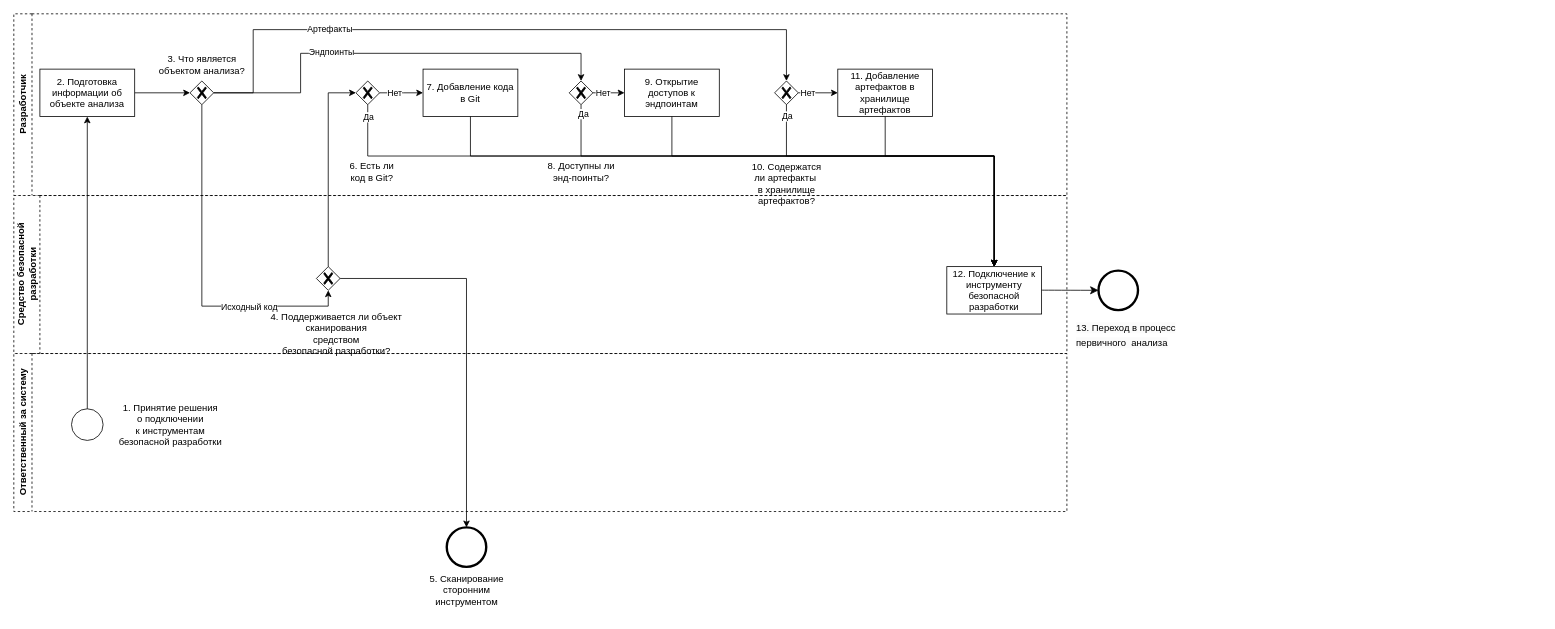
Earlier version of the draw.io diagram page "Подключение" (1 of 4) of Alfa.drawio (GoluzinaD/Python). Source tidied: cells renumbered, new cells numbered last; positions are measured from the earlier drawing's top-left corner, leaving out a move shared by most shapes. Both pictures are drawn from the tidied source at 79%, with x=0, y=0 at pixel (13, 13).
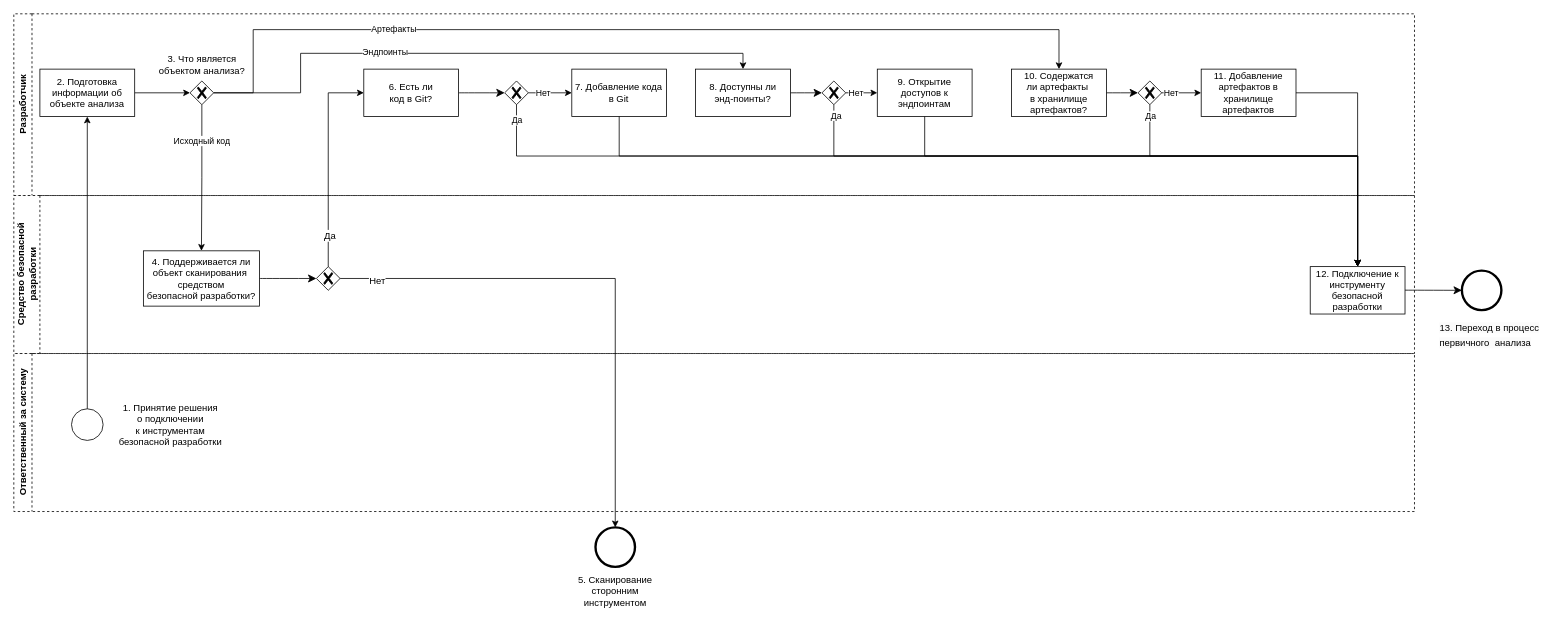
Above is the later version.

The change refers to these unchanged cells:
```xml
<mxCell id="9" style="points=[[0.25,0.25,0],[0.5,0,0],[0.75,0.25,0],[1,0.5,0],[0.75,0.75,0],[0.5,1,0],[0.25,0.75,0],[0,0.5,0]];shape=mxgraph.bpmn.gateway2;html=1;verticalLabelPosition=bottom;labelBackgroundColor=#ffffff;verticalAlign=top;align=center;perimeter=rhombusPerimeter;outlineConnect=0;outline=none;symbol=none;gwType=exclusive;" parent="3" vertex="1">
  <mxGeometry x="223" y="85" width="30" height="30" as="geometry" />
</mxCell>
<mxCell id="28" style="points=[[0.25,0.25,0],[0.5,0,0],[0.75,0.25,0],[1,0.5,0],[0.75,0.75,0],[0.5,1,0],[0.25,0.75,0],[0,0.5,0]];shape=mxgraph.bpmn.gateway2;html=1;verticalLabelPosition=bottom;labelBackgroundColor=#ffffff;verticalAlign=top;align=center;perimeter=rhombusPerimeter;outlineConnect=0;outline=none;symbol=none;gwType=exclusive;" parent="27" vertex="1">
  <mxGeometry x="383" y="90" width="30" height="30" as="geometry" />
</mxCell>
<mxCell id="34" style="edgeStyle=orthogonalEdgeStyle;rounded=0;jettySize=auto;html=1;" parent="1" edge="1" source="28" target="51">
  <mxGeometry relative="1" as="geometry" />
</mxCell>
```

Diff of the diagram source:
```diff
@@
     <mxCell id="2" value="5. Сканирование &lt;br&gt;сторонним &lt;br&gt;инструментом" style="text;html=1;align=center;verticalAlign=middle;strokeColor=none;fillColor=none;" parent="1" vertex="1">
-      <mxGeometry x="513" y="700" width="120" height="60" as="geometry" />
+      <mxGeometry x="701.3" y="701" width="120" height="60" as="geometry" />
     </mxCell>
     <mxCell id="3" value="Разработчик" style="swimlane;horizontal=0;whiteSpace=wrap;html=1;dashed=1;" parent="1" vertex="1">
-      <mxGeometry width="1333" height="230" as="geometry" />
+      <mxGeometry width="1773" height="230" as="geometry" />
     </mxCell>
-    <mxCell id="4" value="6. Есть ли &lt;br&gt;код в Git?" style="text;html=1;align=center;verticalAlign=middle;points=[];strokeColor=none;fillColor=none;" parent="3" vertex="1">
-      <mxGeometry x="413" y="180" width="80" height="40" as="geometry" />
-    </mxCell>
-    <mxCell id="5" style="edgeStyle=orthogonalEdgeStyle;rounded=0;jettySize=auto;html=1;entryX=0.5;entryY=0;entryDx=0;entryDy=0;entryPerimeter=0;" parent="3" edge="1" source="9" target="16">
+    <mxCell id="5" style="edgeStyle=orthogonalEdgeStyle;rounded=0;jettySize=auto;html=1;" parent="3" edge="1" source="9">
       <mxGeometry relative="1" as="geometry">
+        <mxPoint x="923" y="70" as="targetPoint" />
         <Array as="points">
           <mxPoint x="363" y="100" />
           <mxPoint x="363" y="50" />
-          <mxPoint x="718" y="50" />
+          <mxPoint x="923" y="50" />
         </Array>
       </mxGeometry>
     </mxCell>
@@
-    <mxCell id="7" style="edgeStyle=orthogonalEdgeStyle;rounded=0;jettySize=auto;html=1;entryX=0.5;entryY=0;entryDx=0;entryDy=0;entryPerimeter=0;" parent="3" edge="1" source="9" target="19">
+    <mxCell id="7" style="edgeStyle=orthogonalEdgeStyle;rounded=0;jettySize=auto;html=1;entryX=0.5;entryY=0;entryDx=0;entryDy=0;" parent="3" edge="1" source="9" target="26">
       <mxGeometry relative="1" as="geometry">
         <Array as="points">
           <mxPoint x="303" y="100" />
           <mxPoint x="303" y="20" />
-          <mxPoint x="978" y="20" />
+          <mxPoint x="1323" y="20" />
         </Array>
       </mxGeometry>
     </mxCell>
@@
     <mxCell id="11" style="edgeStyle=orthogonalEdgeStyle;rounded=0;jettySize=auto;html=1;entryX=0;entryY=0.5;entryDx=0;entryDy=0;" parent="3" edge="1" source="13" target="20">
       <mxGeometry relative="1" as="geometry">
         <Array as="points">
-          <mxPoint x="493" y="100" />
-          <mxPoint x="493" y="100" />
+          <mxPoint x="681.3" y="100" />
+          <mxPoint x="681.3" y="100" />
         </Array>
       </mxGeometry>
     </mxCell>
@@
     <mxCell id="13" style="points=[[0.25,0.25,0],[0.5,0,0],[0.75,0.25,0],[1,0.5,0],[0.75,0.75,0],[0.5,1,0],[0.25,0.75,0],[0,0.5,0]];shape=mxgraph.bpmn.gateway2;html=1;verticalLabelPosition=bottom;labelBackgroundColor=#ffffff;verticalAlign=top;align=center;perimeter=rhombusPerimeter;outlineConnect=0;outline=none;symbol=none;gwType=exclusive;" parent="3" vertex="1">
-      <mxGeometry x="433" y="85" width="30" height="30" as="geometry" />
+      <mxGeometry x="621.3" y="85" width="30" height="30" as="geometry" />
     </mxCell>
     <mxCell id="14" style="edgeStyle=orthogonalEdgeStyle;rounded=0;jettySize=auto;html=1;entryX=0;entryY=0.5;entryDx=0;entryDy=0;" parent="3" edge="1" source="16" target="21">
       <mxGeometry relative="1" as="geometry">
         <Array as="points">
-          <mxPoint x="753" y="100" />
-          <mxPoint x="753" y="100" />
+          <mxPoint x="1073" y="100" />
+          <mxPoint x="1073" y="100" />
         </Array>
       </mxGeometry>
     </mxCell>
@@
     <mxCell id="16" style="points=[[0.25,0.25,0],[0.5,0,0],[0.75,0.25,0],[1,0.5,0],[0.75,0.75,0],[0.5,1,0],[0.25,0.75,0],[0,0.5,0]];shape=mxgraph.bpmn.gateway2;html=1;verticalLabelPosition=bottom;labelBackgroundColor=#ffffff;verticalAlign=top;align=center;perimeter=rhombusPerimeter;outlineConnect=0;outline=none;symbol=none;gwType=exclusive;" parent="3" vertex="1">
-      <mxGeometry x="703" y="85" width="30" height="30" as="geometry" />
+      <mxGeometry x="1023" y="85" width="30" height="30" as="geometry" />
     </mxCell>
     <mxCell id="17" style="edgeStyle=orthogonalEdgeStyle;rounded=0;jettySize=auto;html=1;entryX=0;entryY=0.5;entryDx=0;entryDy=0;" parent="3" edge="1" source="19" target="22">
       <mxGeometry relative="1" as="geometry">
         <Array as="points">
-          <mxPoint x="1013" y="100" />
-          <mxPoint x="1013" y="100" />
+          <mxPoint x="1473" y="100" />
+          <mxPoint x="1473" y="100" />
         </Array>
       </mxGeometry>
     </mxCell>
@@
     <mxCell id="19" style="points=[[0.25,0.25,0],[0.5,0,0],[0.75,0.25,0],[1,0.5,0],[0.75,0.75,0],[0.5,1,0],[0.25,0.75,0],[0,0.5,0]];shape=mxgraph.bpmn.gateway2;html=1;verticalLabelPosition=bottom;labelBackgroundColor=#ffffff;verticalAlign=top;align=center;perimeter=rhombusPerimeter;outlineConnect=0;outline=none;symbol=none;gwType=exclusive;" parent="3" vertex="1">
-      <mxGeometry x="963" y="85" width="30" height="30" as="geometry" />
+      <mxGeometry x="1423" y="85" width="30" height="30" as="geometry" />
     </mxCell>
     <mxCell id="20" value="7. Добавление кода в Git" style="rounded=0;whiteSpace=wrap;html=1;" parent="3" vertex="1">
-      <mxGeometry x="518" y="70" width="120" height="60" as="geometry" />
+      <mxGeometry x="706.3" y="70" width="120" height="60" as="geometry" />
     </mxCell>
     <mxCell id="21" value="9. Открытие доступов к эндпоинтам" style="rounded=0;whiteSpace=wrap;html=1;" parent="3" vertex="1">
-      <mxGeometry x="773" y="70" width="120" height="60" as="geometry" />
+      <mxGeometry x="1093" y="70" width="120" height="60" as="geometry" />
     </mxCell>
     <mxCell id="22" value="11. Добавление артефактов в хранилище артефактов" style="rounded=0;whiteSpace=wrap;html=1;" parent="3" vertex="1">
-      <mxGeometry x="1043" y="70" width="120" height="60" as="geometry" />
+      <mxGeometry x="1503" y="70" width="120" height="60" as="geometry" />
     </mxCell>
@@
+    <mxCell id="52" style="edgeStyle=none;curved=1;rounded=0;jettySize=auto;html=1;entryX=0;entryY=0.5;entryDx=0;entryDy=0;entryPerimeter=0;fontSize=12;startSize=8;endSize=8;" parent="3" edge="1" source="4" target="13">
+      <mxGeometry relative="1" as="geometry" />
+    </mxCell>
+    <mxCell id="4" value="6. Есть ли&lt;br style=&quot;border-color: var(--border-color);&quot;&gt;&lt;span style=&quot;&quot;&gt;код в Git?&lt;/span&gt;" style="rounded=0;whiteSpace=wrap;html=1;" parent="3" vertex="1">
+      <mxGeometry x="443" y="70" width="120" height="60" as="geometry" />
+    </mxCell>
+    <mxCell id="53" style="edgeStyle=none;curved=1;rounded=0;jettySize=auto;html=1;entryX=0;entryY=0.5;entryDx=0;entryDy=0;entryPerimeter=0;fontSize=12;startSize=8;endSize=8;" parent="3" edge="1" source="25" target="16">
+      <mxGeometry relative="1" as="geometry" />
+    </mxCell>
-    <mxCell id="25" value="8. Доступны ли &lt;br&gt;энд-поинты?" style="text;html=1;align=center;verticalAlign=middle;points=[];strokeColor=none;fillColor=none;" parent="3" vertex="1">
-      <mxGeometry x="663" y="180" width="110" height="40" as="geometry" />
+    <mxCell id="25" value="8. Доступны ли&lt;br style=&quot;border-color: var(--border-color);&quot;&gt;&lt;span style=&quot;&quot;&gt;энд-поинты?&lt;/span&gt;" style="rounded=0;whiteSpace=wrap;html=1;" parent="3" vertex="1">
+      <mxGeometry x="863" y="70" width="120" height="60" as="geometry" />
     </mxCell>
+    <mxCell id="54" style="edgeStyle=none;curved=1;rounded=0;jettySize=auto;html=1;entryX=0;entryY=0.5;entryDx=0;entryDy=0;entryPerimeter=0;fontSize=12;startSize=8;endSize=8;" parent="3" edge="1" source="26" target="19">
+      <mxGeometry relative="1" as="geometry" />
+    </mxCell>
-    <mxCell id="26" value="10. Содержатся &lt;br&gt;ли артефакты&amp;nbsp;&lt;br&gt;в хранилище &lt;br&gt;артефактов?" style="text;html=1;align=center;verticalAlign=middle;points=[];strokeColor=none;fillColor=none;" parent="3" vertex="1">
-      <mxGeometry x="923" y="180" width="110" height="70" as="geometry" />
+    <mxCell id="26" value="10. Содержатся&lt;br style=&quot;border-color: var(--border-color);&quot;&gt;&lt;span style=&quot;&quot;&gt;ли артефакты&amp;nbsp;&lt;/span&gt;&lt;br style=&quot;border-color: var(--border-color);&quot;&gt;&lt;span style=&quot;&quot;&gt;в хранилище&lt;/span&gt;&lt;br style=&quot;border-color: var(--border-color);&quot;&gt;&lt;span style=&quot;&quot;&gt;артефактов?&lt;/span&gt;" style="rounded=0;whiteSpace=wrap;html=1;" parent="3" vertex="1">
+      <mxGeometry x="1263" y="70" width="120" height="60" as="geometry" />
     </mxCell>
     <mxCell id="27" value="Средство безопасной разработки" style="swimlane;horizontal=0;whiteSpace=wrap;html=1;startSize=33;dashed=1;" parent="1" vertex="1">
-      <mxGeometry y="230" width="1333" height="200" as="geometry" />
+      <mxGeometry y="230" width="1773" height="200" as="geometry" />
     </mxCell>
@@
+    <mxCell id="30" value="12. Подключение к инструменту безопасной разработки" style="rounded=0;whiteSpace=wrap;html=1;" parent="27" vertex="1">
+      <mxGeometry x="1641" y="90" width="120" height="60" as="geometry" />
+    </mxCell>
+    <mxCell id="55" style="edgeStyle=none;curved=1;rounded=0;jettySize=auto;html=1;entryX=0;entryY=0.5;entryDx=0;entryDy=0;entryPerimeter=0;fontSize=12;startSize=8;endSize=8;" parent="27" edge="1" source="29" target="28">
+      <mxGeometry relative="1" as="geometry" />
+    </mxCell>
-    <mxCell id="29" value="4. Поддерживается ли объект&lt;br&gt;сканирования&lt;br&gt;средством &lt;br&gt;безопасной разработки?" style="text;html=1;align=center;verticalAlign=middle;points=[];strokeColor=none;fillColor=none;rotation=0;" parent="27" vertex="1">
-      <mxGeometry x="313" y="140" width="190" height="70" as="geometry" />
+    <mxCell id="29" value="4. Поддерживается ли объект&amp;nbsp;&lt;span style=&quot;&quot;&gt;сканирования&amp;nbsp;&lt;br&gt;&lt;/span&gt;&lt;span style=&quot;&quot;&gt;средством&lt;/span&gt;&lt;br style=&quot;border-color: var(--border-color);&quot;&gt;&lt;span style=&quot;&quot;&gt;безопасной разработки?&lt;/span&gt;" style="rounded=0;whiteSpace=wrap;html=1;" parent="27" vertex="1">
+      <mxGeometry x="164" y="70" width="147" height="70" as="geometry" />
     </mxCell>
-    <mxCell id="30" value="12. Подключение к инструменту безопасной разработки" style="rounded=0;whiteSpace=wrap;html=1;" parent="27" vertex="1">
-      <mxGeometry x="1181" y="90" width="120" height="60" as="geometry" />
-    </mxCell>
     <mxCell id="31" value="Ответственный за систему" style="swimlane;horizontal=0;whiteSpace=wrap;html=1;startSize=23;dashed=1;" parent="1" vertex="1">
-      <mxGeometry y="430" width="1333" height="200" as="geometry" />
+      <mxGeometry y="430" width="1773" height="200" as="geometry" />
     </mxCell>
@@
+    <mxCell id="56" value="&lt;font style=&quot;font-size: 12px;&quot;&gt;Нет&lt;/font&gt;" style="edgeLabel;html=1;align=center;verticalAlign=middle;fontSize=16;" parent="34" vertex="1">
+      <mxGeometry x="-0.86" y="-1" relative="1" as="geometry" />
+    </mxCell>
@@
-    <mxCell id="36" style="edgeStyle=orthogonalEdgeStyle;rounded=0;jettySize=auto;html=1;entryX=0;entryY=0.5;entryDx=0;entryDy=0;entryPerimeter=0;" parent="1" edge="1" source="28" target="13">
+    <mxCell id="36" style="edgeStyle=orthogonalEdgeStyle;rounded=0;jettySize=auto;html=1;entryX=0;entryY=0.5;entryDx=0;entryDy=0;" parent="1" edge="1" source="28" target="4">
       <mxGeometry relative="1" as="geometry">
         <Array as="points">
           <mxPoint x="398" y="100" />
         </Array>
       </mxGeometry>
     </mxCell>
+    <mxCell id="57" value="&lt;font style=&quot;font-size: 12px;&quot;&gt;Да&lt;/font&gt;" style="edgeLabel;html=1;align=center;verticalAlign=middle;fontSize=12;" parent="36" vertex="1">
+      <mxGeometry x="-0.7" y="-1" relative="1" as="geometry" />
+    </mxCell>
-    <mxCell id="37" style="edgeStyle=orthogonalEdgeStyle;rounded=0;jettySize=auto;html=1;entryX=0.5;entryY=1;entryDx=0;entryDy=0;entryPerimeter=0;exitX=0.5;exitY=1;exitDx=0;exitDy=0;exitPerimeter=0;" parent="1" edge="1" source="9" target="28">
+    <mxCell id="37" style="edgeStyle=orthogonalEdgeStyle;rounded=0;jettySize=auto;html=1;exitX=0.5;exitY=1;exitDx=0;exitDy=0;exitPerimeter=0;entryX=0.5;entryY=0;entryDx=0;entryDy=0;" parent="1" edge="1" source="9" target="29">
       <mxGeometry relative="1" as="geometry" />
     </mxCell>
     <mxCell id="38" value="Исходный код" style="edgeLabel;html=1;align=center;verticalAlign=middle;" parent="37" vertex="1">
       <mxGeometry x="0.41" y="3" relative="1" as="geometry">
-        <mxPoint x="7" y="3" as="offset" />
+        <mxPoint x="-3" y="-85" as="offset" />
       </mxGeometry>
     </mxCell>
     <mxCell id="39" style="edgeStyle=orthogonalEdgeStyle;rounded=0;jettySize=auto;html=1;entryX=0.5;entryY=0;entryDx=0;entryDy=0;" parent="1" edge="1" source="13" target="30">
       <mxGeometry relative="1" as="geometry">
         <Array as="points">
-          <mxPoint x="448" y="180" />
-          <mxPoint x="1241" y="180" />
+          <mxPoint x="636" y="180" />
+          <mxPoint x="1701" y="180" />
         </Array>
       </mxGeometry>
     </mxCell>
@@
     <mxCell id="41" style="edgeStyle=orthogonalEdgeStyle;rounded=0;jettySize=auto;html=1;" parent="1" edge="1" source="20" target="30">
       <mxGeometry relative="1" as="geometry">
         <Array as="points">
-          <mxPoint x="578" y="180" />
-          <mxPoint x="1241" y="180" />
+          <mxPoint x="766" y="180" />
+          <mxPoint x="1701" y="180" />
         </Array>
       </mxGeometry>
     </mxCell>
     <mxCell id="42" style="edgeStyle=orthogonalEdgeStyle;rounded=0;jettySize=auto;html=1;entryX=0.5;entryY=0;entryDx=0;entryDy=0;" parent="1" edge="1" source="16" target="30">
       <mxGeometry relative="1" as="geometry">
         <Array as="points">
-          <mxPoint x="718" y="180" />
-          <mxPoint x="1241" y="180" />
+          <mxPoint x="1038" y="180" />
+          <mxPoint x="1701" y="180" />
         </Array>
       </mxGeometry>
     </mxCell>
@@
     <mxCell id="44" style="edgeStyle=orthogonalEdgeStyle;rounded=0;jettySize=auto;html=1;entryX=0.5;entryY=0;entryDx=0;entryDy=0;" parent="1" edge="1" source="21" target="30">
       <mxGeometry relative="1" as="geometry">
         <Array as="points">
-          <mxPoint x="833" y="180" />
-          <mxPoint x="1241" y="180" />
+          <mxPoint x="1153" y="180" />
+          <mxPoint x="1701" y="180" />
         </Array>
       </mxGeometry>
     </mxCell>
     <mxCell id="45" style="edgeStyle=orthogonalEdgeStyle;rounded=0;jettySize=auto;html=1;entryX=0.5;entryY=0;entryDx=0;entryDy=0;" parent="1" edge="1" source="19" target="30">
       <mxGeometry relative="1" as="geometry">
         <Array as="points">
-          <mxPoint x="978" y="180" />
-          <mxPoint x="1241" y="180" />
+          <mxPoint x="1438" y="180" />
+          <mxPoint x="1701" y="180" />
         </Array>
       </mxGeometry>
     </mxCell>
@@
     <mxCell id="47" style="edgeStyle=orthogonalEdgeStyle;rounded=0;jettySize=auto;html=1;entryX=0.5;entryY=0;entryDx=0;entryDy=0;" parent="1" edge="1" source="22" target="30">
       <mxGeometry relative="1" as="geometry">
         <Array as="points">
-          <mxPoint x="1103" y="180" />
-          <mxPoint x="1241" y="180" />
+          <mxPoint x="1701" y="100" />
         </Array>
       </mxGeometry>
     </mxCell>
     <mxCell id="48" value="&lt;span style=&quot;color: rgb(0, 0, 0); font-family: Helvetica; font-size: 12px; font-style: normal; font-variant-ligatures: normal; font-variant-caps: normal; font-weight: 400; letter-spacing: normal; orphans: 2; text-align: center; text-indent: 0px; text-transform: none; widows: 2; word-spacing: 0px; -webkit-text-stroke-width: 0px; background-color: rgb(251, 251, 251); text-decoration-thickness: initial; text-decoration-style: initial; text-decoration-color: initial; float: none; display: inline !important;&quot;&gt;13. Переход в процесс первичного&amp;nbsp; анализа&lt;/span&gt;" style="text;whiteSpace=wrap;html=1;fontSize=16;" parent="1" vertex="1">
-      <mxGeometry x="1343" y="380" width="130" height="60" as="geometry" />
+      <mxGeometry x="1803" y="380" width="130" height="60" as="geometry" />
     </mxCell>
     <mxCell id="49" style="points=[[0.145,0.145,0],[0.5,0,0],[0.855,0.145,0],[1,0.5,0],[0.855,0.855,0],[0.5,1,0],[0.145,0.855,0],[0,0.5,0]];shape=mxgraph.bpmn.event;html=1;verticalLabelPosition=bottom;labelBackgroundColor=#ffffff;verticalAlign=top;align=center;perimeter=ellipsePerimeter;outlineConnect=0;outline=end;symbol=terminate2;fontSize=16;" parent="1" vertex="1">
-      <mxGeometry x="1373" y="325" width="50" height="50" as="geometry" />
+      <mxGeometry x="1833" y="325" width="50" height="50" as="geometry" />
     </mxCell>
     <mxCell id="50" style="edgeStyle=none;curved=1;rounded=0;jettySize=auto;html=1;fontSize=12;startSize=8;endSize=8;entryX=0;entryY=0.5;entryDx=0;entryDy=0;entryPerimeter=0;" parent="1" edge="1" target="49">
       <mxGeometry relative="1" as="geometry">
-        <mxPoint x="1301" y="349.8" as="sourcePoint" />
+        <mxPoint x="1761" y="349.8" as="sourcePoint" />
       </mxGeometry>
     </mxCell>
     <mxCell id="51" style="points=[[0.145,0.145,0],[0.5,0,0],[0.855,0.145,0],[1,0.5,0],[0.855,0.855,0],[0.5,1,0],[0.145,0.855,0],[0,0.5,0]];shape=mxgraph.bpmn.event;html=1;verticalLabelPosition=bottom;labelBackgroundColor=#ffffff;verticalAlign=top;align=center;perimeter=ellipsePerimeter;outlineConnect=0;outline=end;symbol=terminate2;fontSize=16;" parent="1" vertex="1">
-      <mxGeometry x="548" y="650" width="50" height="50" as="geometry" />
+      <mxGeometry x="736.3" y="650" width="50" height="50" as="geometry" />
     </mxCell>
```
